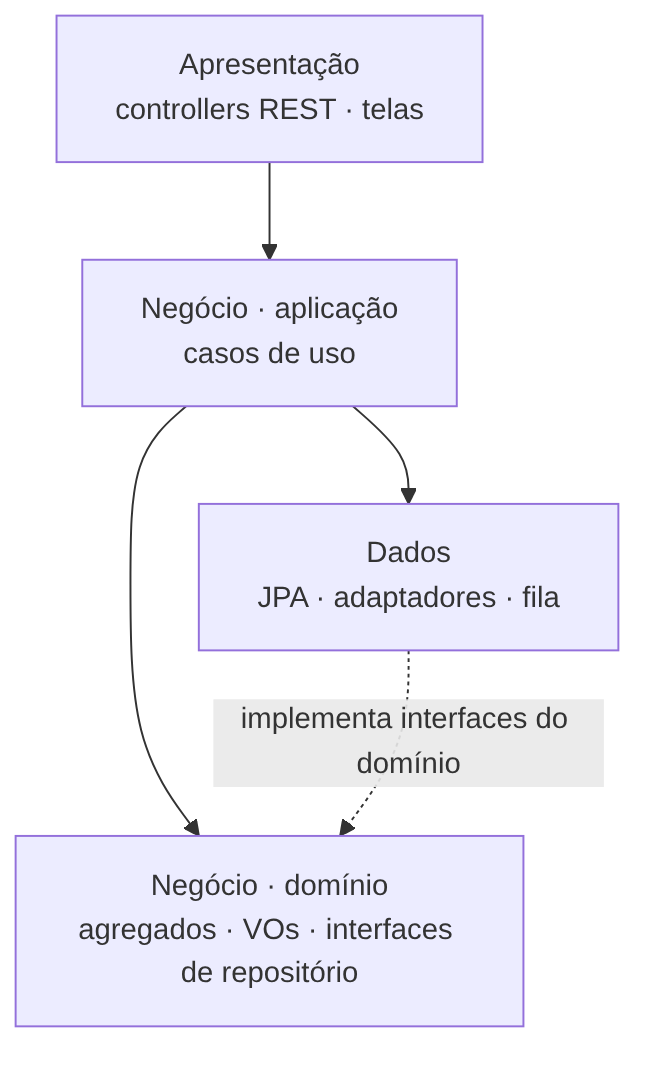
Above: docs/arquitetura/img/regra-de-dependencia.png in egs3-coder/Trabalho-U2-Parte-2-Planejamento-da-remodelagem (Mermaid), before the change. Its source is kept beside it as docs/arquitetura/camadas/regra-de-dependencia.mmd. Its diagram source:
```mermaid
flowchart TB
  AP["Apresentação\ncontrollers REST · telas"] --> APL["Negócio · aplicação\ncasos de uso"]
  APL --> DOM["Negócio · domínio\nagregados · VOs · interfaces de repositório"]
  DAD["Dados\nJPA · adaptadores · fila"] -. implementa interfaces do domínio .-> DOM
  APL --> DAD
```
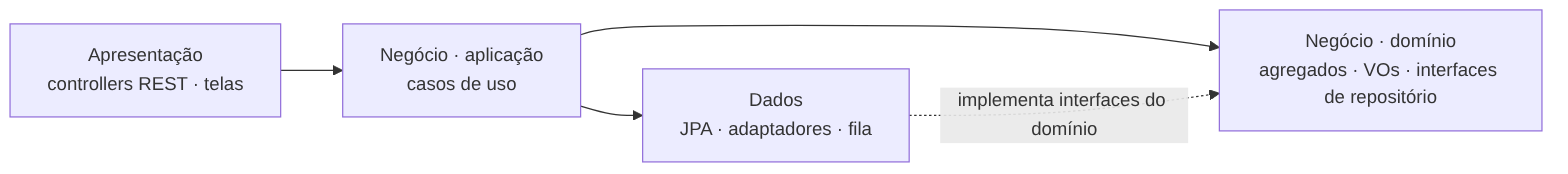
Later version of the same file.

Commit message:
Redesenha a regra de dependência na horizontal

Claude-Session: https://claude.ai/code/session_01JexEzoLLByYpc52315WBE7

Diff of the diagram source:
```diff
@@ -1,5 +1,5 @@
-flowchart TB
+flowchart LR
   AP["Apresentação\ncontrollers REST · telas"] --> APL["Negócio · aplicação\ncasos de uso"]
   APL --> DOM["Negócio · domínio\nagregados · VOs · interfaces de repositório"]
-  DAD["Dados\nJPA · adaptadores · fila"] -. implementa interfaces do domínio .-> DOM
-  APL --> DAD
+  APL --> DAD["Dados\nJPA · adaptadores · fila"]
+  DAD -. "implementa interfaces do domínio" .-> DOM
```
